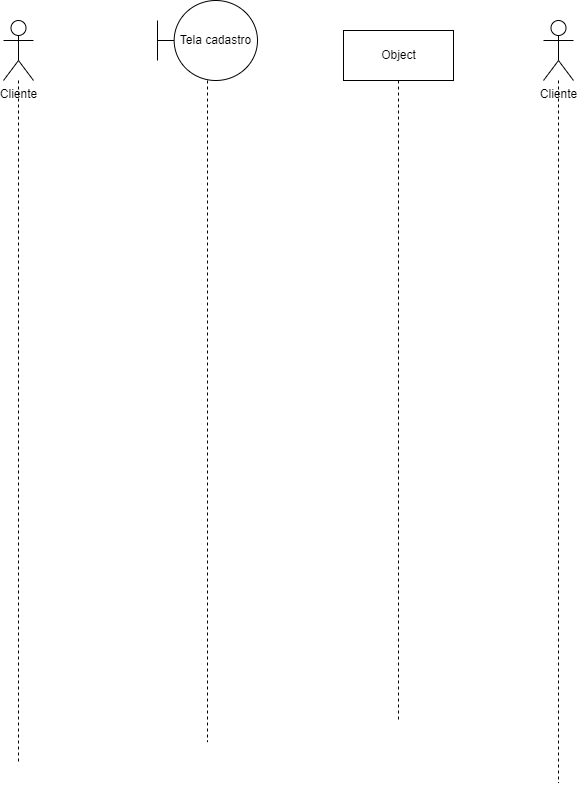
Before: MarketDiagramasDeSequencia/MarketSequencia01.drawio.png, a diagram exported from draw.io (EijiDogen/FEI_MDSMarket). Source tidied: cells renumbered, new cells last; positions are measured from the earlier drawing's top-left corner, leaving out a move shared by most shapes. Its diagram source:
```xml
<mxGraphModel>
  <root>
    <mxCell id="0" />
    <mxCell id="1" parent="0" />
    <mxCell id="2" style="edgeStyle=orthogonalEdgeStyle;rounded=0;jettySize=auto;html=1;dashed=1;endArrow=none;endFill=0;" parent="1" edge="1" source="3">
      <mxGeometry relative="1" as="geometry">
        <mxPoint x="15" y="762.4" as="targetPoint" />
      </mxGeometry>
    </mxCell>
    <mxCell id="3" value="Cliente" style="shape=umlActor;verticalLabelPosition=bottom;verticalAlign=top;html=1;outlineConnect=0;" parent="1" vertex="1">
      <mxGeometry y="20" width="30" height="60" as="geometry" />
    </mxCell>
    <mxCell id="4" style="edgeStyle=orthogonalEdgeStyle;rounded=0;jettySize=auto;html=1;endArrow=none;endFill=0;dashed=1;" parent="1" edge="1" source="5">
      <mxGeometry relative="1" as="geometry">
        <mxPoint x="204" y="741.6" as="targetPoint" />
      </mxGeometry>
    </mxCell>
    <mxCell id="5" value="Tela cadastro" style="shape=umlBoundary;whiteSpace=wrap;html=1;" parent="1" vertex="1">
      <mxGeometry x="154" width="100" height="80" as="geometry" />
    </mxCell>
    <mxCell id="6" style="edgeStyle=orthogonalEdgeStyle;rounded=0;jettySize=auto;html=1;dashed=1;endArrow=none;endFill=0;" parent="1" edge="1" source="7">
      <mxGeometry relative="1" as="geometry">
        <mxPoint x="395" y="720" as="targetPoint" />
      </mxGeometry>
    </mxCell>
    <mxCell id="7" value="Object" style="html=1;" parent="1" vertex="1">
      <mxGeometry x="340" y="30" width="110" height="50" as="geometry" />
    </mxCell>
    <mxCell id="8" style="edgeStyle=orthogonalEdgeStyle;rounded=0;jettySize=auto;html=1;dashed=1;endArrow=none;endFill=0;" parent="1" edge="1" source="9">
      <mxGeometry relative="1" as="geometry">
        <mxPoint x="555" y="782.4" as="targetPoint" />
      </mxGeometry>
    </mxCell>
    <mxCell id="9" value="Cliente" style="shape=umlActor;verticalLabelPosition=bottom;verticalAlign=top;html=1;outlineConnect=0;" parent="1" vertex="1">
      <mxGeometry x="540" y="20" width="30" height="60" as="geometry" />
    </mxCell>
  </root>
</mxGraphModel>
```
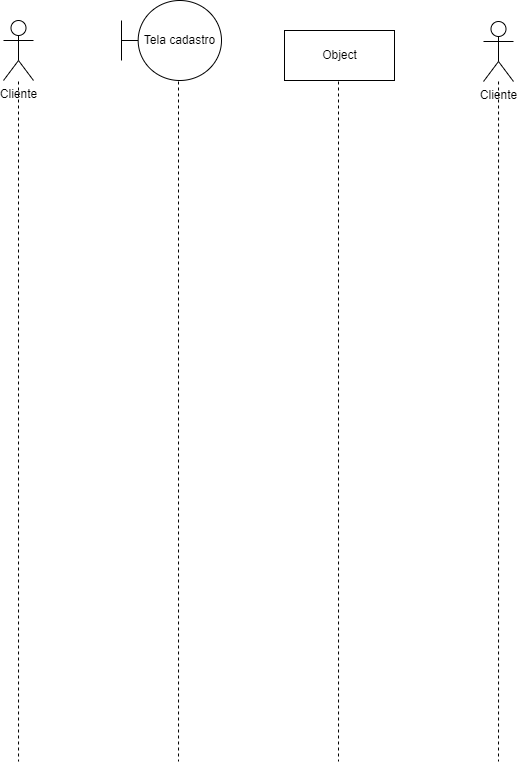
The same diagram one commit later.

Diff of the diagram source:
```diff
@@ -2,37 +2,54 @@
   <root>
     <mxCell id="0" />
     <mxCell id="1" parent="0" />
-    <mxCell id="2" style="edgeStyle=orthogonalEdgeStyle;rounded=0;jettySize=auto;html=1;dashed=1;endArrow=none;endFill=0;" parent="1" edge="1" source="3">
+    <mxCell id="2" style="edgeStyle=orthogonalEdgeStyle;rounded=0;orthogonalLoop=1;jettySize=auto;html=1;dashed=1;endArrow=none;endFill=0;" parent="1" edge="1">
       <mxGeometry relative="1" as="geometry">
-        <mxPoint x="15" y="762.4" as="targetPoint" />
+        <mxPoint y="80" as="sourcePoint" />
+        <mxPoint y="760" as="targetPoint" />
+        <Array as="points">
+          <mxPoint y="760" />
+        </Array>
       </mxGeometry>
     </mxCell>
-    <mxCell id="3" value="Cliente" style="shape=umlActor;verticalLabelPosition=bottom;verticalAlign=top;html=1;outlineConnect=0;" parent="1" vertex="1">
-      <mxGeometry y="20" width="30" height="60" as="geometry" />
-    </mxCell>
-    <mxCell id="4" style="edgeStyle=orthogonalEdgeStyle;rounded=0;jettySize=auto;html=1;endArrow=none;endFill=0;dashed=1;" parent="1" edge="1" source="5">
+    <mxCell id="4" style="edgeStyle=orthogonalEdgeStyle;rounded=0;orthogonalLoop=1;jettySize=auto;html=1;endArrow=none;endFill=0;dashed=1;" parent="1" edge="1">
       <mxGeometry relative="1" as="geometry">
-        <mxPoint x="204" y="741.6" as="targetPoint" />
+        <mxPoint x="160" y="80" as="sourcePoint" />
+        <mxPoint x="160" y="760" as="targetPoint" />
+        <Array as="points">
+          <mxPoint x="160" y="750" />
+          <mxPoint x="160" y="750" />
+        </Array>
       </mxGeometry>
     </mxCell>
+    <mxCell id="6" style="edgeStyle=orthogonalEdgeStyle;rounded=0;orthogonalLoop=1;jettySize=auto;html=1;dashed=1;endArrow=none;endFill=0;" parent="1" edge="1">
+      <mxGeometry relative="1" as="geometry">
+        <mxPoint x="320" y="80" as="sourcePoint" />
+        <mxPoint x="320" y="760" as="targetPoint" />
+        <Array as="points">
+          <mxPoint x="320" y="720" />
+        </Array>
+      </mxGeometry>
+    </mxCell>
+    <mxCell id="10" style="edgeStyle=orthogonalEdgeStyle;rounded=0;orthogonalLoop=1;jettySize=auto;html=1;dashed=1;endArrow=none;endFill=0;" parent="1" edge="1">
+      <mxGeometry relative="1" as="geometry">
+        <mxPoint x="480" y="80" as="sourcePoint" />
+        <mxPoint x="480" y="760" as="targetPoint" />
+        <Array as="points">
+          <mxPoint x="480" y="720" />
+        </Array>
+      </mxGeometry>
+    </mxCell>
+    <mxCell id="11" value="Cliente" style="shape=umlActor;verticalLabelPosition=bottom;verticalAlign=top;html=1;" parent="1" vertex="1">
+      <mxGeometry x="-15" y="19" width="30" height="60" as="geometry" />
+    </mxCell>
     <mxCell id="5" value="Tela cadastro" style="shape=umlBoundary;whiteSpace=wrap;html=1;" parent="1" vertex="1">
-      <mxGeometry x="154" width="100" height="80" as="geometry" />
+      <mxGeometry x="103" y="-1" width="100" height="80" as="geometry" />
     </mxCell>
-    <mxCell id="6" style="edgeStyle=orthogonalEdgeStyle;rounded=0;jettySize=auto;html=1;dashed=1;endArrow=none;endFill=0;" parent="1" edge="1" source="7">
-      <mxGeometry relative="1" as="geometry">
-        <mxPoint x="395" y="720" as="targetPoint" />
-      </mxGeometry>
-    </mxCell>
     <mxCell id="7" value="Object" style="html=1;" parent="1" vertex="1">
-      <mxGeometry x="340" y="30" width="110" height="50" as="geometry" />
+      <mxGeometry x="266" y="29" width="110" height="50" as="geometry" />
     </mxCell>
-    <mxCell id="8" style="edgeStyle=orthogonalEdgeStyle;rounded=0;jettySize=auto;html=1;dashed=1;endArrow=none;endFill=0;" parent="1" edge="1" source="9">
-      <mxGeometry relative="1" as="geometry">
-        <mxPoint x="555" y="782.4" as="targetPoint" />
-      </mxGeometry>
-    </mxCell>
-    <mxCell id="9" value="Cliente" style="shape=umlActor;verticalLabelPosition=bottom;verticalAlign=top;html=1;outlineConnect=0;" parent="1" vertex="1">
-      <mxGeometry x="540" y="20" width="30" height="60" as="geometry" />
-    </mxCell>
+    <mxCell id="12" value="Cliente" style="shape=umlActor;verticalLabelPosition=bottom;verticalAlign=top;html=1;" parent="1" vertex="1">
+      <mxGeometry x="465" y="20" width="30" height="60" as="geometry" />
+    </mxCell>
   </root>
 </mxGraphModel>
```
